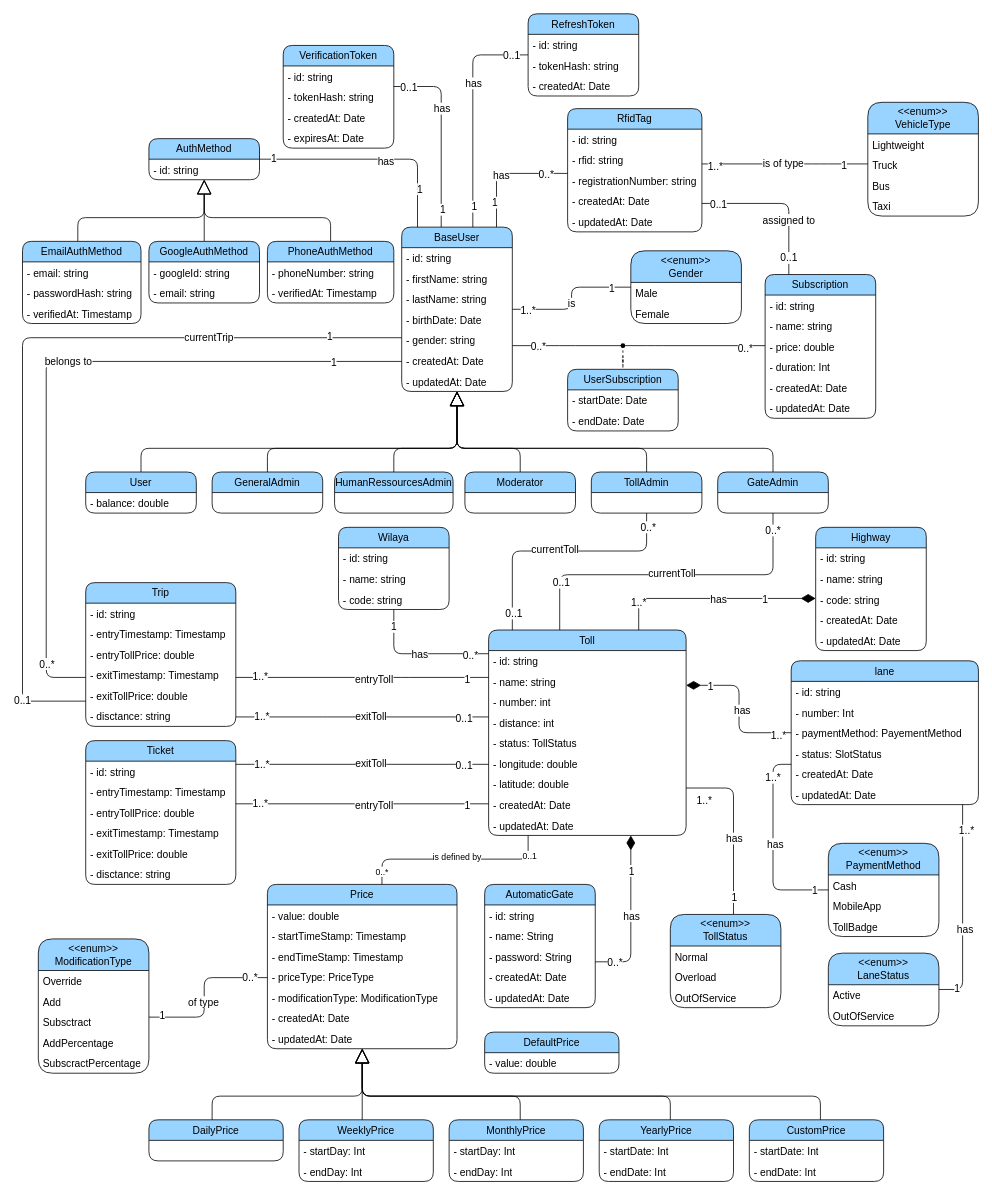
devlotfi/peage-pay keeps this draw.io diagram as diagrams/class-diagram.drawio. Above is the earlier version. Source tidied: cells renumbered, new cells numbered last; positions are measured from the earlier drawing's top-left corner, leaving out a move shared by most shapes. Both pictures are drawn from the tidied source at 79%, with x=0, y=0 at pixel (22, 13).
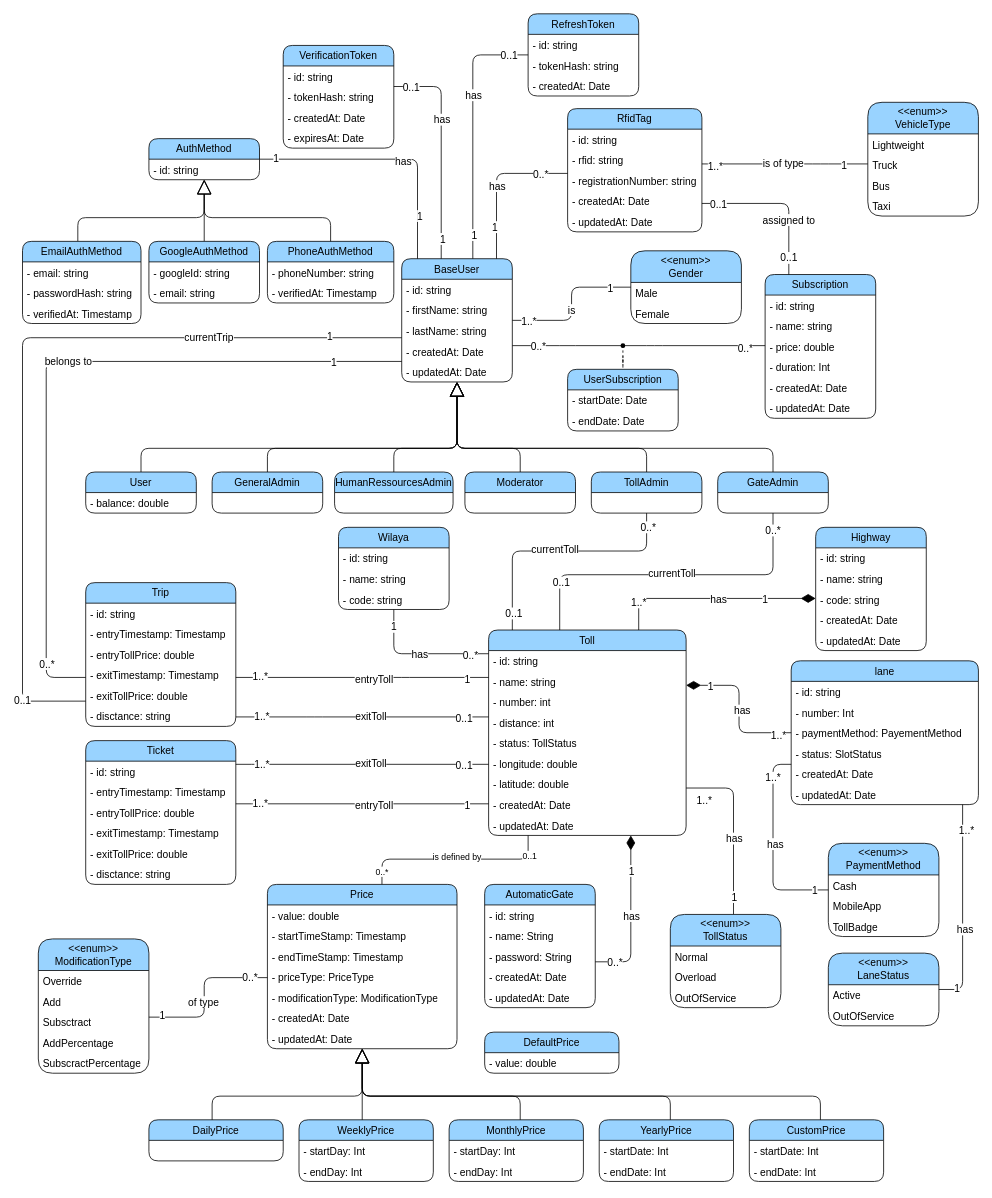
After the change.

The edit, as a diff of the source:
```diff
@@
     <mxCell id="38" value="BaseUser" style="swimlane;fontStyle=0;horizontal=1;startSize=26;fillColor=#99D3FF;whiteSpace=wrap;html=1;fontFamily=Helvetica;fontSize=13;fontColor=default;fillStyle=auto;rounded=1;glass=0;shadow=0;swimlaneFillColor=none;gradientColor=none;" parent="1" vertex="1">
-      <mxGeometry x="480" y="270" width="140" height="208" as="geometry" />
+      <mxGeometry x="480" y="310" width="140" height="156" as="geometry" />
     </mxCell>
@@
-    <mxCell id="42" value="- birthDate: Date" style="text;strokeColor=none;fillColor=none;align=left;verticalAlign=top;spacingLeft=4;spacingRight=4;overflow=hidden;whiteSpace=wrap;html=1;fontSize=13;fontFamily=Helvetica;fontColor=default;" parent="38" vertex="1">
-      <mxGeometry y="104" width="140" height="26" as="geometry" />
-    </mxCell>
-    <mxCell id="43" value="- gender: string" style="text;strokeColor=none;fillColor=none;align=left;verticalAlign=top;spacingLeft=4;spacingRight=4;overflow=hidden;whiteSpace=wrap;html=1;fontSize=13;fontFamily=Helvetica;fontColor=default;" parent="38" vertex="1">
-      <mxGeometry y="130" width="140" height="26" as="geometry" />
-    </mxCell>
     <mxCell id="44" value="- createdAt: Date" style="text;strokeColor=none;fillColor=none;align=left;verticalAlign=top;spacingLeft=4;spacingRight=4;overflow=hidden;whiteSpace=wrap;html=1;fontSize=13;fontFamily=Helvetica;fontColor=default;" parent="38" vertex="1">
-      <mxGeometry y="156" width="140" height="26" as="geometry" />
+      <mxGeometry y="104" width="140" height="26" as="geometry" />
     </mxCell>
     <mxCell id="45" value="- updatedAt: Date" style="text;strokeColor=none;fillColor=none;align=left;verticalAlign=top;spacingLeft=4;spacingRight=4;overflow=hidden;whiteSpace=wrap;html=1;fontSize=13;fontFamily=Helvetica;fontColor=default;" parent="38" vertex="1">
-      <mxGeometry y="182" width="140" height="26" as="geometry" />
+      <mxGeometry y="130" width="140" height="26" as="geometry" />
     </mxCell>
```
